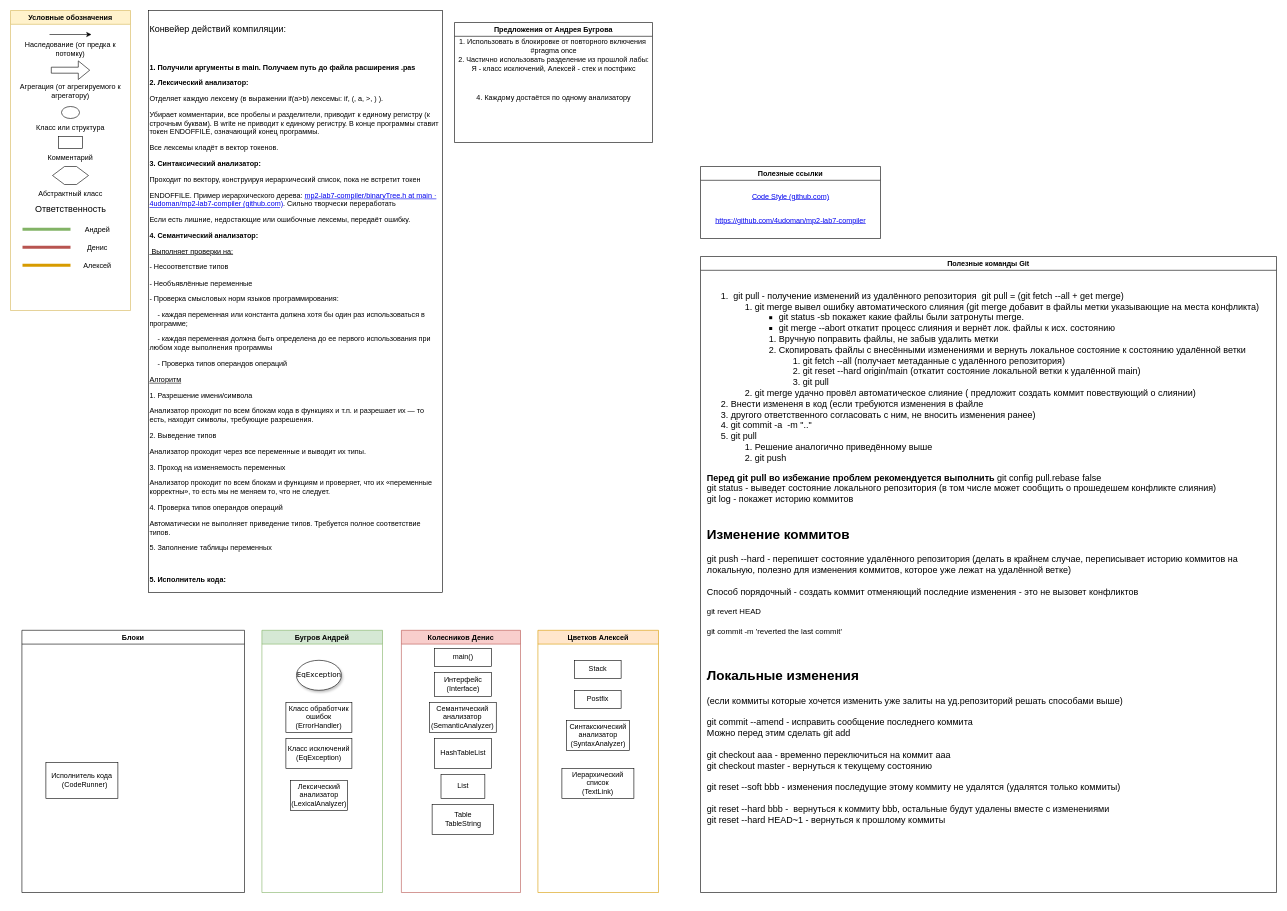
This is Class_Diagram.drawio from ParkerProbe/mp2-lab7-compiler, a draw.io file, before an edit. Source tidied: cells renumbered, new cells numbered last; positions are measured from the earlier drawing's top-left corner, leaving out a move shared by most shapes. Both pictures are drawn from the tidied source at 60%, with x=0, y=0 at pixel (10, 10).
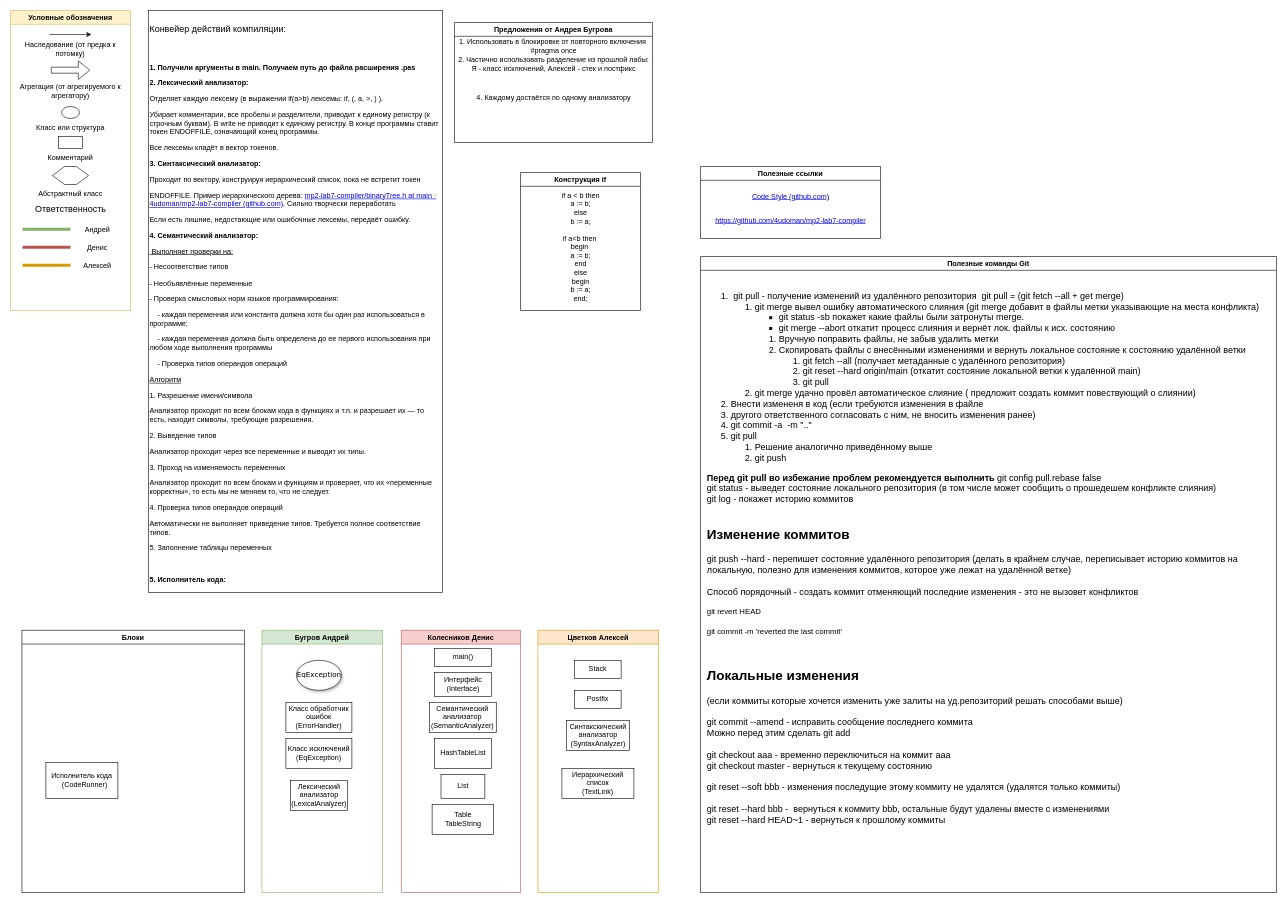
The same diagram, later.

Commit message:
Andrey added if expression Update Class_Diagram.drawio

What changed in the source:
```diff
@@
+    <mxCell id="50" value="Конструкция if" style="swimlane;" parent="1" vertex="1">
+      <mxGeometry x="850" y="270" width="200" height="230" as="geometry" />
+    </mxCell>
+    <mxCell id="51" value="if a &amp;lt; b then&lt;br&gt;a := b;&lt;br&gt;else&lt;br&gt;b := a;&lt;br&gt;" style="text;html=1;align=center;verticalAlign=middle;strokeColor=none;fillColor=none;" parent="50" vertex="1">
+      <mxGeometry x="60" y="30" width="80" height="60" as="geometry" />
+    </mxCell>
+    <mxCell id="52" value="if a&amp;lt;b then&amp;nbsp;&lt;br&gt;begin&amp;nbsp;&lt;br&gt;a := b;&lt;br&gt;end&lt;br&gt;else&lt;br&gt;begin&lt;br&gt;b := a;&lt;br&gt;end;" style="text;html=1;align=center;verticalAlign=middle;strokeColor=none;fillColor=none;" parent="50" vertex="1">
+      <mxGeometry x="60" y="100" width="80" height="120" as="geometry" />
+    </mxCell>
```
